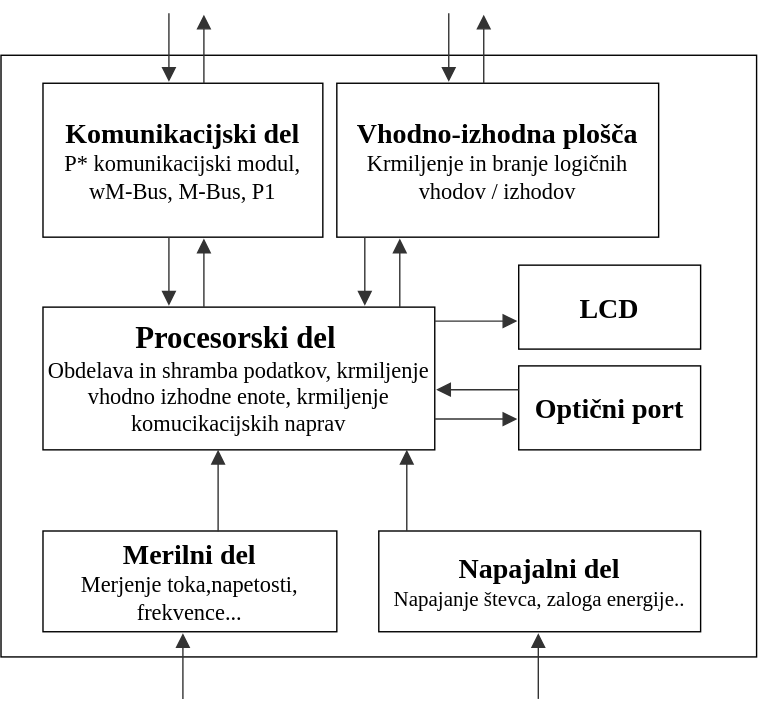
This is Slike/blok_shema_stevc.svg from harka069/mag, a draw.io export, as it was before one commit. Source tidied: cells renumbered, new cells last; positions are measured from the earlier drawing's top-left corner, leaving out a move shared by most shapes.
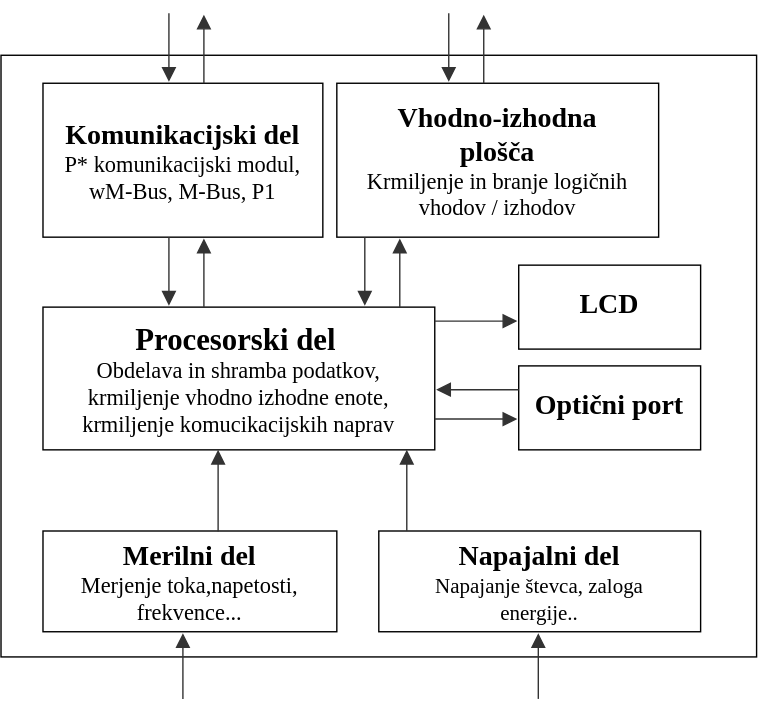
The same diagram one commit later.

Change to the diagram source:
```diff
@@ -2,40 +2,40 @@
   <root>
     <mxCell id="0" />
     <mxCell id="1" parent="0" />
-    <mxCell id="2" style="rounded=0;html=1;whiteSpace=wrap;fontFamily=Latin Modern;convertToSvg=0;svgWhiteSpace=wrap;" parent="1" vertex="1">
+    <mxCell id="2" style="rounded=0;html=1;whiteSpace=wrap;fontFamily=Latin Modern;convertToSvg=1;svgWhiteSpace=wrap;" parent="1" vertex="1">
       <mxGeometry x="250" y="100" width="540" height="430" as="geometry" />
     </mxCell>
-    <mxCell id="3" style="group;transparentBounds=1;editIcon=1;lockedGroup=0;groupPadding=10;whiteSpace=wrap;html=1;fontFamily=Latin Modern;convertToSvg=0;svgWhiteSpace=wrap;" parent="1" vertex="1">
+    <mxCell id="3" style="group;transparentBounds=1;editIcon=1;lockedGroup=0;groupPadding=10;whiteSpace=wrap;html=1;fontFamily=Latin Modern;convertToSvg=1;svgWhiteSpace=wrap;" parent="1" vertex="1">
       <mxGeometry width="760" height="522" as="geometry" />
     </mxCell>
-    <mxCell id="4" value="&lt;div&gt;&lt;b&gt;&lt;font style=&quot;font-size: 20px;&quot;&gt;Merilni del&lt;/font&gt;&lt;/b&gt;&lt;/div&gt;&lt;div&gt;Merjenje toka,napetosti, frekvence...&lt;/div&gt;" style="html=1;strokeWidth=1;fontFamily=Latin Modern;fontSize=16;whiteSpace=wrap;convertToSvg=0;svgWhiteSpace=wrap;" parent="3" vertex="1">
+    <mxCell id="4" value="&lt;div&gt;&lt;b&gt;&lt;font style=&quot;font-size: 20px;&quot;&gt;Merilni del&lt;/font&gt;&lt;/b&gt;&lt;/div&gt;&lt;div&gt;Merjenje toka,napetosti, frekvence...&lt;/div&gt;" style="html=1;strokeWidth=1;fontFamily=Latin Modern;fontSize=16;whiteSpace=wrap;convertToSvg=1;svgWhiteSpace=wrap;" parent="3" vertex="1">
       <mxGeometry x="280" y="440" width="210" height="72" as="geometry" />
     </mxCell>
-    <mxCell id="5" value="&lt;div&gt;&lt;b&gt;&lt;font style=&quot;font-size: 22px;&quot;&gt;Procesorski del&lt;/font&gt;&amp;nbsp;&lt;/b&gt;&lt;/div&gt;&lt;div&gt;Obdelava in shramba podatkov, krmiljenje vhodno izhodne enote, krmiljenje komucikacijskih naprav&lt;/div&gt;" style="html=1;strokeWidth=1;fontFamily=Latin Modern;fontSize=16;whiteSpace=wrap;convertToSvg=0;svgWhiteSpace=wrap;" parent="3" vertex="1">
+    <mxCell id="5" value="&lt;div&gt;&lt;b&gt;&lt;font style=&quot;font-size: 22px;&quot;&gt;Procesorski del&lt;/font&gt;&amp;nbsp;&lt;/b&gt;&lt;/div&gt;&lt;div&gt;Obdelava in shramba podatkov, krmiljenje vhodno izhodne enote, krmiljenje komucikacijskih naprav&lt;/div&gt;" style="html=1;strokeWidth=1;fontFamily=Latin Modern;fontSize=16;whiteSpace=wrap;convertToSvg=1;svgWhiteSpace=wrap;" parent="3" vertex="1">
       <mxGeometry x="280" y="280" width="280" height="102" as="geometry" />
     </mxCell>
-    <mxCell id="6" value="&lt;div&gt;&lt;font&gt;&lt;b&gt;&lt;font style=&quot;font-size: 20px;&quot;&gt;Vhodno-izhodna plošča&lt;/font&gt;&lt;/b&gt;&lt;/font&gt;&lt;/div&gt;&lt;div&gt;&lt;font&gt;Krmiljenje in branje logičnih vhodov / izhodov&lt;/font&gt;&lt;/div&gt;" style="html=1;strokeWidth=1;fontFamily=Latin Modern;fontSize=16;whiteSpace=wrap;convertToSvg=0;svgWhiteSpace=wrap;" parent="3" vertex="1">
+    <mxCell id="6" value="&lt;div&gt;&lt;font&gt;&lt;b&gt;&lt;font style=&quot;font-size: 20px;&quot;&gt;Vhodno-izhodna plošča&lt;/font&gt;&lt;/b&gt;&lt;/font&gt;&lt;/div&gt;&lt;div&gt;&lt;font&gt;Krmiljenje in branje logičnih vhodov / izhodov&lt;/font&gt;&lt;/div&gt;" style="html=1;strokeWidth=1;fontFamily=Latin Modern;fontSize=16;whiteSpace=wrap;convertToSvg=1;svgWhiteSpace=wrap;" parent="3" vertex="1">
       <mxGeometry x="490" y="120" width="230" height="110" as="geometry" />
     </mxCell>
-    <mxCell id="7" value="&lt;div&gt;&lt;b&gt;&lt;font style=&quot;font-size: 20px;&quot;&gt;Komunikacijski del&lt;/font&gt;&lt;/b&gt;&lt;/div&gt;&lt;div&gt;P* komunikacijski modul, wM-Bus, M-Bus, P1&lt;/div&gt;" style="html=1;strokeWidth=1;fontFamily=Latin Modern;fontSize=16;whiteSpace=wrap;convertToSvg=0;svgWhiteSpace=wrap;" parent="3" vertex="1">
+    <mxCell id="7" value="&lt;div&gt;&lt;b&gt;&lt;font style=&quot;font-size: 20px;&quot;&gt;Komunikacijski del&lt;/font&gt;&lt;/b&gt;&lt;/div&gt;&lt;div&gt;P* komunikacijski modul, wM-Bus, M-Bus, P1&lt;/div&gt;" style="html=1;strokeWidth=1;fontFamily=Latin Modern;fontSize=16;whiteSpace=wrap;convertToSvg=1;svgWhiteSpace=wrap;" parent="3" vertex="1">
       <mxGeometry x="280" y="120" width="200" height="110" as="geometry" />
     </mxCell>
-    <mxCell id="8" style="curved=1;startArrow=none;endArrow=block;endSize=8;endFill=1;strokeColor=light-dark(#333333,#cccccc);rounded=0;bezier=0;orthogonal=1;exitX=0.596;exitY=0.004;exitDx=0;exitDy=0;exitPerimeter=0;html=1;fontFamily=Latin Modern;convertToSvg=0;" parent="3" edge="1" source="4" target="5">
+    <mxCell id="8" style="curved=1;startArrow=none;endArrow=block;endSize=8;endFill=1;strokeColor=light-dark(#333333,#cccccc);rounded=0;bezier=0;orthogonal=1;exitX=0.596;exitY=0.004;exitDx=0;exitDy=0;exitPerimeter=0;html=1;fontFamily=Latin Modern;convertToSvg=1;" parent="3" edge="1" source="4" target="5">
       <mxGeometry relative="1" as="geometry" />
     </mxCell>
-    <mxCell id="9" value="&lt;font style=&quot;font-size: 20px;&quot;&gt;&lt;b&gt;Optični port&lt;/b&gt;&lt;/font&gt;" style="rounded=0;html=1;whiteSpace=wrap;fontFamily=Latin Modern;convertToSvg=0;svgWhiteSpace=wrap;" parent="3" vertex="1">
+    <mxCell id="9" value="&lt;font style=&quot;font-size: 20px;&quot;&gt;&lt;b&gt;Optični port&lt;/b&gt;&lt;/font&gt;" style="rounded=0;html=1;whiteSpace=wrap;fontFamily=Latin Modern;convertToSvg=1;svgWhiteSpace=wrap;" parent="3" vertex="1">
       <mxGeometry x="620" y="322" width="130" height="60" as="geometry" />
     </mxCell>
-    <mxCell id="10" value="&lt;b&gt;&lt;font style=&quot;font-size: 20px;&quot;&gt;LCD&lt;/font&gt;&lt;/b&gt;" style="rounded=0;html=1;whiteSpace=wrap;fontFamily=Latin Modern;convertToSvg=0;svgWhiteSpace=wrap;" parent="3" vertex="1">
+    <mxCell id="10" value="&lt;b&gt;&lt;font style=&quot;font-size: 20px;&quot;&gt;LCD&lt;/font&gt;&lt;/b&gt;" style="rounded=0;html=1;whiteSpace=wrap;fontFamily=Latin Modern;convertToSvg=1;svgWhiteSpace=wrap;" parent="3" vertex="1">
       <mxGeometry x="620" y="250" width="130" height="60" as="geometry" />
     </mxCell>
-    <mxCell id="11" style="startArrow=none;endArrow=block;endSize=8;endFill=1;strokeColor=light-dark(#333333,#cccccc);rounded=0;exitX=0.25;exitY=0;exitDx=0;exitDy=0;edgeStyle=elbowEdgeStyle;orthogonal=1;startFill=0;elbow=vertical;html=1;fontFamily=Latin Modern;convertToSvg=0;" parent="3" edge="1">
+    <mxCell id="11" style="startArrow=none;endArrow=block;endSize=8;endFill=1;strokeColor=light-dark(#333333,#cccccc);rounded=0;exitX=0.25;exitY=0;exitDx=0;exitDy=0;edgeStyle=elbowEdgeStyle;orthogonal=1;startFill=0;elbow=vertical;html=1;fontFamily=Latin Modern;convertToSvg=1;" parent="3" edge="1">
       <mxGeometry relative="1" as="geometry">
         <mxPoint x="560" y="290" as="sourcePoint" />
         <mxPoint x="619" y="290" as="targetPoint" />
       </mxGeometry>
     </mxCell>
-    <mxCell id="12" style="startArrow=none;endArrow=block;endSize=8;endFill=1;strokeColor=light-dark(#333333,#cccccc);rounded=0;exitX=0.25;exitY=0;exitDx=0;exitDy=0;edgeStyle=orthogonalEdgeStyle;html=1;fontFamily=Latin Modern;convertToSvg=0;" parent="1" edge="1">
+    <mxCell id="12" style="startArrow=none;endArrow=block;endSize=8;endFill=1;strokeColor=light-dark(#333333,#cccccc);rounded=0;exitX=0.25;exitY=0;exitDx=0;exitDy=0;edgeStyle=orthogonalEdgeStyle;html=1;fontFamily=Latin Modern;convertToSvg=1;" parent="1" edge="1">
       <mxGeometry relative="1" as="geometry">
         <mxPoint x="535" y="280" as="sourcePoint" />
         <mxPoint x="535" y="231" as="targetPoint" />
@@ -45,7 +45,7 @@
         </Array>
       </mxGeometry>
     </mxCell>
-    <mxCell id="13" style="startArrow=none;endArrow=block;endSize=8;endFill=1;strokeColor=light-dark(#333333,#cccccc);rounded=0;entryX=0.154;entryY=-0.005;entryDx=0;entryDy=0;entryPerimeter=0;orthogonal=1;exitX=0.451;exitY=0.999;exitDx=0;exitDy=0;exitPerimeter=0;edgeStyle=orthogonalEdgeStyle;html=1;fontFamily=Latin Modern;convertToSvg=0;" parent="1" edge="1">
+    <mxCell id="13" style="startArrow=none;endArrow=block;endSize=8;endFill=1;strokeColor=light-dark(#333333,#cccccc);rounded=0;entryX=0.154;entryY=-0.005;entryDx=0;entryDy=0;entryPerimeter=0;orthogonal=1;exitX=0.451;exitY=0.999;exitDx=0;exitDy=0;exitPerimeter=0;edgeStyle=orthogonalEdgeStyle;html=1;fontFamily=Latin Modern;convertToSvg=1;" parent="1" edge="1">
       <mxGeometry relative="1" as="geometry">
         <mxPoint x="510" y="230" as="sourcePoint" />
         <mxPoint x="510" y="279" as="targetPoint" />
@@ -54,7 +54,7 @@
         </Array>
       </mxGeometry>
     </mxCell>
-    <mxCell id="14" style="startArrow=none;endArrow=block;endSize=8;endFill=1;strokeColor=light-dark(#333333,#cccccc);rounded=0;exitX=0.25;exitY=0;exitDx=0;exitDy=0;edgeStyle=orthogonalEdgeStyle;html=1;fontFamily=Latin Modern;convertToSvg=0;" parent="1" edge="1">
+    <mxCell id="14" style="startArrow=none;endArrow=block;endSize=8;endFill=1;strokeColor=light-dark(#333333,#cccccc);rounded=0;exitX=0.25;exitY=0;exitDx=0;exitDy=0;edgeStyle=orthogonalEdgeStyle;html=1;fontFamily=Latin Modern;convertToSvg=1;" parent="1" edge="1">
       <mxGeometry relative="1" as="geometry">
         <mxPoint x="395" y="280" as="sourcePoint" />
         <mxPoint x="395" y="231" as="targetPoint" />
@@ -64,7 +64,7 @@
         </Array>
       </mxGeometry>
     </mxCell>
-    <mxCell id="15" style="startArrow=none;endArrow=block;endSize=8;endFill=1;strokeColor=light-dark(#333333,#cccccc);rounded=0;entryX=0.154;entryY=-0.005;entryDx=0;entryDy=0;entryPerimeter=0;orthogonal=1;exitX=0.451;exitY=0.999;exitDx=0;exitDy=0;exitPerimeter=0;edgeStyle=orthogonalEdgeStyle;html=1;fontFamily=Latin Modern;convertToSvg=0;" parent="1" edge="1">
+    <mxCell id="15" style="startArrow=none;endArrow=block;endSize=8;endFill=1;strokeColor=light-dark(#333333,#cccccc);rounded=0;entryX=0.154;entryY=-0.005;entryDx=0;entryDy=0;entryPerimeter=0;orthogonal=1;exitX=0.451;exitY=0.999;exitDx=0;exitDy=0;exitPerimeter=0;edgeStyle=orthogonalEdgeStyle;html=1;fontFamily=Latin Modern;convertToSvg=1;" parent="1" edge="1">
       <mxGeometry relative="1" as="geometry">
         <mxPoint x="370" y="230" as="sourcePoint" />
         <mxPoint x="370" y="279" as="targetPoint" />
@@ -73,7 +73,7 @@
         </Array>
       </mxGeometry>
     </mxCell>
-    <mxCell id="16" style="startArrow=none;endArrow=block;endSize=8;endFill=1;strokeColor=light-dark(#333333,#cccccc);rounded=0;exitX=0.25;exitY=0;exitDx=0;exitDy=0;edgeStyle=orthogonalEdgeStyle;html=1;fontFamily=Latin Modern;convertToSvg=0;" parent="1" edge="1">
+    <mxCell id="16" style="startArrow=none;endArrow=block;endSize=8;endFill=1;strokeColor=light-dark(#333333,#cccccc);rounded=0;exitX=0.25;exitY=0;exitDx=0;exitDy=0;edgeStyle=orthogonalEdgeStyle;html=1;fontFamily=Latin Modern;convertToSvg=1;" parent="1" edge="1">
       <mxGeometry relative="1" as="geometry">
         <mxPoint x="395" y="120" as="sourcePoint" />
         <mxPoint x="395" y="71" as="targetPoint" />
@@ -83,7 +83,7 @@
         </Array>
       </mxGeometry>
     </mxCell>
-    <mxCell id="17" style="startArrow=none;endArrow=block;endSize=8;endFill=1;strokeColor=light-dark(#333333,#cccccc);rounded=0;entryX=0.154;entryY=-0.005;entryDx=0;entryDy=0;entryPerimeter=0;orthogonal=1;exitX=0.451;exitY=0.999;exitDx=0;exitDy=0;exitPerimeter=0;edgeStyle=orthogonalEdgeStyle;html=1;fontFamily=Latin Modern;convertToSvg=0;" parent="1" edge="1">
+    <mxCell id="17" style="startArrow=none;endArrow=block;endSize=8;endFill=1;strokeColor=light-dark(#333333,#cccccc);rounded=0;entryX=0.154;entryY=-0.005;entryDx=0;entryDy=0;entryPerimeter=0;orthogonal=1;exitX=0.451;exitY=0.999;exitDx=0;exitDy=0;exitPerimeter=0;edgeStyle=orthogonalEdgeStyle;html=1;fontFamily=Latin Modern;convertToSvg=1;" parent="1" edge="1">
       <mxGeometry relative="1" as="geometry">
         <mxPoint x="370" y="70" as="sourcePoint" />
         <mxPoint x="370" y="119" as="targetPoint" />
@@ -92,7 +92,7 @@
         </Array>
       </mxGeometry>
     </mxCell>
-    <mxCell id="18" style="startArrow=none;endArrow=block;endSize=8;endFill=1;strokeColor=light-dark(#333333,#cccccc);rounded=0;exitX=0.25;exitY=0;exitDx=0;exitDy=0;edgeStyle=orthogonalEdgeStyle;html=1;fontFamily=Latin Modern;convertToSvg=0;" parent="1" edge="1">
+    <mxCell id="18" style="startArrow=none;endArrow=block;endSize=8;endFill=1;strokeColor=light-dark(#333333,#cccccc);rounded=0;exitX=0.25;exitY=0;exitDx=0;exitDy=0;edgeStyle=orthogonalEdgeStyle;html=1;fontFamily=Latin Modern;convertToSvg=1;" parent="1" edge="1">
       <mxGeometry relative="1" as="geometry">
         <mxPoint x="595" y="120" as="sourcePoint" />
         <mxPoint x="595" y="71" as="targetPoint" />
@@ -102,7 +102,7 @@
         </Array>
       </mxGeometry>
     </mxCell>
-    <mxCell id="19" style="startArrow=none;endArrow=block;endSize=8;endFill=1;strokeColor=light-dark(#333333,#cccccc);rounded=0;entryX=0.154;entryY=-0.005;entryDx=0;entryDy=0;entryPerimeter=0;orthogonal=1;exitX=0.451;exitY=0.999;exitDx=0;exitDy=0;exitPerimeter=0;edgeStyle=orthogonalEdgeStyle;html=1;fontFamily=Latin Modern;convertToSvg=0;" parent="1" edge="1">
+    <mxCell id="19" style="startArrow=none;endArrow=block;endSize=8;endFill=1;strokeColor=light-dark(#333333,#cccccc);rounded=0;entryX=0.154;entryY=-0.005;entryDx=0;entryDy=0;entryPerimeter=0;orthogonal=1;exitX=0.451;exitY=0.999;exitDx=0;exitDy=0;exitPerimeter=0;edgeStyle=orthogonalEdgeStyle;html=1;fontFamily=Latin Modern;convertToSvg=1;" parent="1" edge="1">
       <mxGeometry relative="1" as="geometry">
         <mxPoint x="570" y="70" as="sourcePoint" />
         <mxPoint x="570" y="119" as="targetPoint" />
@@ -111,16 +111,16 @@
         </Array>
       </mxGeometry>
     </mxCell>
-    <mxCell id="20" value="&lt;div&gt;&lt;font style=&quot;font-size: 20px;&quot;&gt;&lt;b&gt;Napajalni del&lt;/b&gt;&lt;/font&gt;&lt;/div&gt;&lt;div&gt;&lt;font style=&quot;font-size: 15px;&quot;&gt;Napajanje števca, zaloga energije..&lt;/font&gt;&lt;/div&gt;" style="html=1;strokeWidth=1;fontFamily=Latin Modern;fontSize=16;whiteSpace=wrap;convertToSvg=0;svgWhiteSpace=wrap;" parent="1" vertex="1">
+    <mxCell id="20" value="&lt;div&gt;&lt;font style=&quot;font-size: 20px;&quot;&gt;&lt;b&gt;Napajalni del&lt;/b&gt;&lt;/font&gt;&lt;/div&gt;&lt;div&gt;&lt;font style=&quot;font-size: 15px;&quot;&gt;Napajanje števca, zaloga energije..&lt;/font&gt;&lt;/div&gt;" style="html=1;strokeWidth=1;fontFamily=Latin Modern;fontSize=16;whiteSpace=wrap;convertToSvg=1;svgWhiteSpace=wrap;" parent="1" vertex="1">
       <mxGeometry x="520" y="440" width="230" height="72" as="geometry" />
     </mxCell>
-    <mxCell id="21" style="startArrow=none;endArrow=block;endSize=8;endFill=1;strokeColor=light-dark(#333333,#cccccc);rounded=0;exitX=0.25;exitY=0;exitDx=0;exitDy=0;edgeStyle=elbowEdgeStyle;orthogonal=1;startFill=0;elbow=vertical;html=1;fontFamily=Latin Modern;convertToSvg=0;" parent="1" edge="1">
+    <mxCell id="21" style="startArrow=none;endArrow=block;endSize=8;endFill=1;strokeColor=light-dark(#333333,#cccccc);rounded=0;exitX=0.25;exitY=0;exitDx=0;exitDy=0;edgeStyle=elbowEdgeStyle;orthogonal=1;startFill=0;elbow=vertical;html=1;fontFamily=Latin Modern;convertToSvg=1;" parent="1" edge="1">
       <mxGeometry relative="1" as="geometry">
         <mxPoint x="560" y="360" as="sourcePoint" />
         <mxPoint x="619" y="360" as="targetPoint" />
       </mxGeometry>
     </mxCell>
-    <mxCell id="22" style="startArrow=none;endArrow=block;endSize=8;endFill=1;strokeColor=light-dark(#333333,#cccccc);rounded=0;entryX=0.154;entryY=-0.005;entryDx=0;entryDy=0;entryPerimeter=0;orthogonal=1;exitX=0.451;exitY=0.999;exitDx=0;exitDy=0;exitPerimeter=0;edgeStyle=orthogonalEdgeStyle;html=1;fontFamily=Latin Modern;convertToSvg=0;" parent="1" edge="1">
+    <mxCell id="22" style="startArrow=none;endArrow=block;endSize=8;endFill=1;strokeColor=light-dark(#333333,#cccccc);rounded=0;entryX=0.154;entryY=-0.005;entryDx=0;entryDy=0;entryPerimeter=0;orthogonal=1;exitX=0.451;exitY=0.999;exitDx=0;exitDy=0;exitPerimeter=0;edgeStyle=orthogonalEdgeStyle;html=1;fontFamily=Latin Modern;convertToSvg=1;" parent="1" edge="1">
       <mxGeometry relative="1" as="geometry">
         <mxPoint x="620" y="339" as="sourcePoint" />
         <mxPoint x="561" y="339" as="targetPoint" />
@@ -129,19 +129,19 @@
         </Array>
       </mxGeometry>
     </mxCell>
-    <mxCell id="23" style="curved=1;startArrow=none;endArrow=block;endSize=8;endFill=1;strokeColor=light-dark(#333333,#cccccc);rounded=0;bezier=0;orthogonal=1;exitX=0.596;exitY=0.004;exitDx=0;exitDy=0;exitPerimeter=0;html=1;fontFamily=Latin Modern;convertToSvg=0;" parent="1" edge="1">
+    <mxCell id="23" style="curved=1;startArrow=none;endArrow=block;endSize=8;endFill=1;strokeColor=light-dark(#333333,#cccccc);rounded=0;bezier=0;orthogonal=1;exitX=0.596;exitY=0.004;exitDx=0;exitDy=0;exitPerimeter=0;html=1;fontFamily=Latin Modern;convertToSvg=1;" parent="1" edge="1">
       <mxGeometry relative="1" as="geometry">
         <mxPoint x="540" y="440" as="sourcePoint" />
         <mxPoint x="540" y="382" as="targetPoint" />
       </mxGeometry>
     </mxCell>
-    <mxCell id="24" style="startArrow=none;endArrow=block;endSize=8;endFill=1;strokeColor=light-dark(#333333,#cccccc);rounded=0;exitX=0.25;exitY=0;exitDx=0;exitDy=0;edgeStyle=orthogonalEdgeStyle;html=1;fontFamily=Latin Modern;convertToSvg=0;" parent="1" edge="1">
+    <mxCell id="24" style="startArrow=none;endArrow=block;endSize=8;endFill=1;strokeColor=light-dark(#333333,#cccccc);rounded=0;exitX=0.25;exitY=0;exitDx=0;exitDy=0;edgeStyle=orthogonalEdgeStyle;html=1;fontFamily=Latin Modern;convertToSvg=1;" parent="1" edge="1">
       <mxGeometry relative="1" as="geometry">
         <mxPoint x="634" y="560" as="sourcePoint" />
         <mxPoint x="634" y="513" as="targetPoint" />
       </mxGeometry>
     </mxCell>
-    <mxCell id="25" style="startArrow=none;endArrow=block;endSize=8;endFill=1;strokeColor=light-dark(#333333,#cccccc);rounded=0;exitX=0.25;exitY=0;exitDx=0;exitDy=0;edgeStyle=orthogonalEdgeStyle;html=1;fontFamily=Latin Modern;convertToSvg=0;" parent="1" edge="1">
+    <mxCell id="25" style="startArrow=none;endArrow=block;endSize=8;endFill=1;strokeColor=light-dark(#333333,#cccccc);rounded=0;exitX=0.25;exitY=0;exitDx=0;exitDy=0;edgeStyle=orthogonalEdgeStyle;html=1;fontFamily=Latin Modern;convertToSvg=1;" parent="1" edge="1">
       <mxGeometry relative="1" as="geometry">
         <mxPoint x="380" y="560" as="sourcePoint" />
         <mxPoint x="380" y="513" as="targetPoint" />
```
